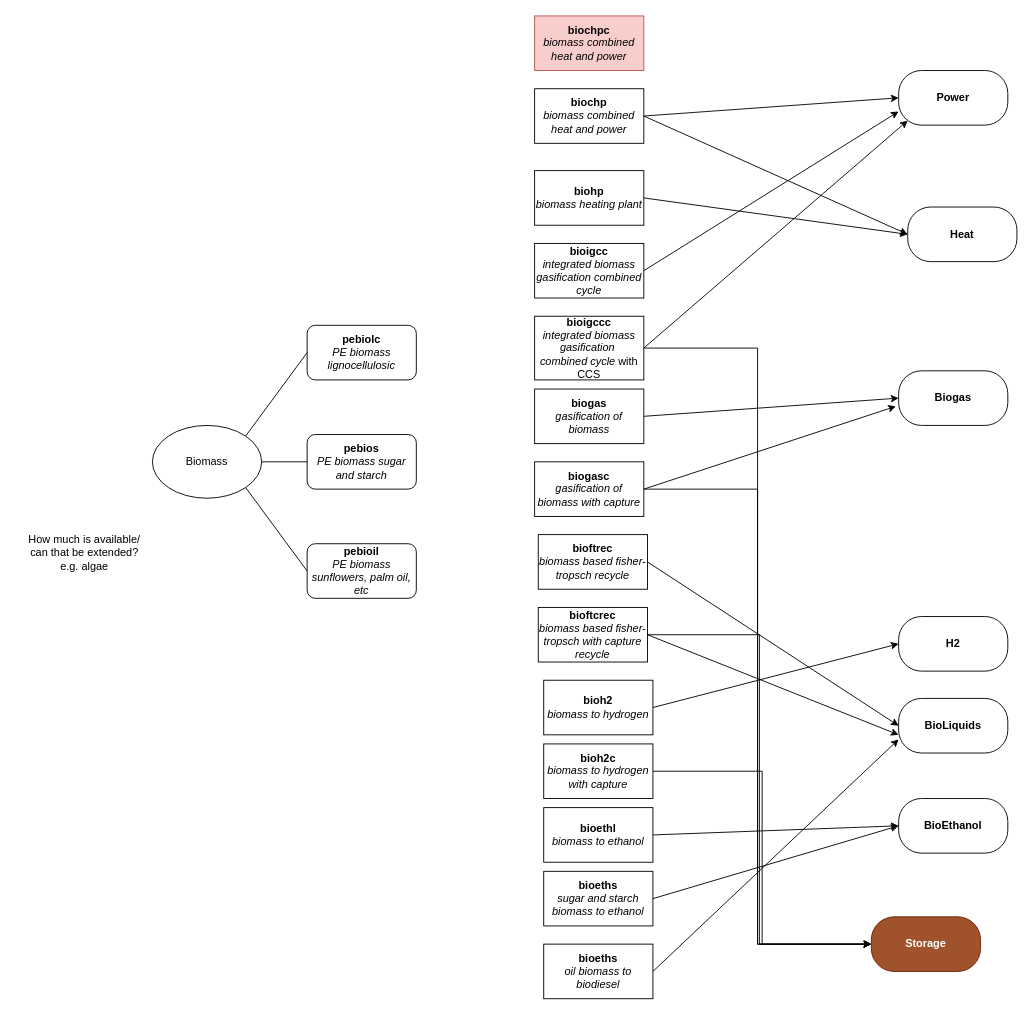
Before: biomass.drawio in robertsalzwedel/carma, a draw.io diagram. Source tidied: cells renumbered, new cells numbered last; positions are measured from the earlier drawing's top-left corner, leaving out a move shared by most shapes. Both pictures are drawn from the tidied source at 91%, with x=0, y=0 at pixel (15, 15).
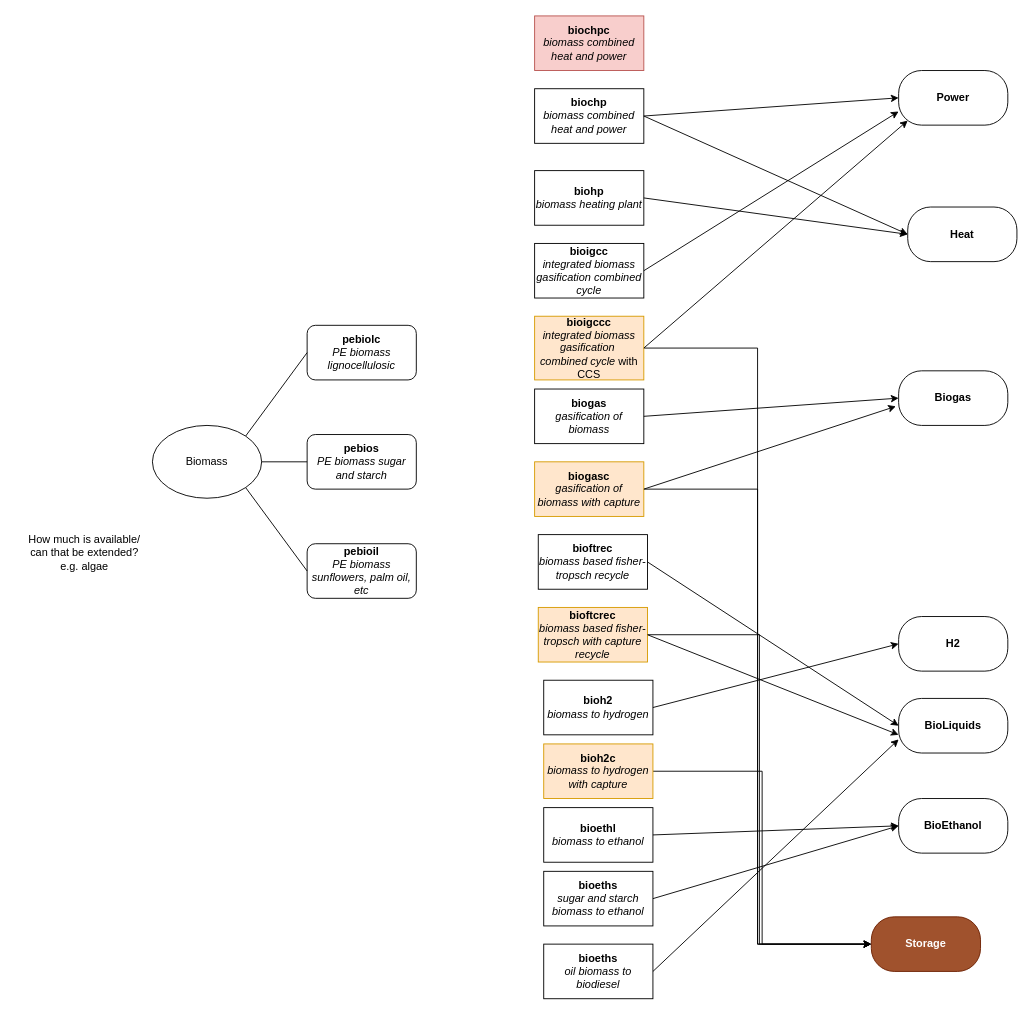
The same diagram, later.

The edit, as a diff of the source:
```diff
@@
-    <mxCell id="10" value="&lt;div&gt;&lt;b&gt;bioigccc&lt;/b&gt;&lt;/div&gt;&lt;div&gt;&lt;i&gt;integrated biomass gasification&amp;nbsp; combined cycle&lt;b&gt; &lt;/b&gt;&lt;/i&gt;with CCS&lt;i&gt;&lt;b&gt;&lt;br&gt;&lt;/b&gt;&lt;/i&gt;&lt;/div&gt;" style="rounded=0;whiteSpace=wrap;html=1;" parent="1" vertex="1">
+    <mxCell id="10" value="&lt;div&gt;&lt;b&gt;bioigccc&lt;/b&gt;&lt;/div&gt;&lt;div&gt;&lt;i&gt;integrated biomass gasification&amp;nbsp; combined cycle&lt;b&gt; &lt;/b&gt;&lt;/i&gt;with CCS&lt;i&gt;&lt;b&gt;&lt;br&gt;&lt;/b&gt;&lt;/i&gt;&lt;/div&gt;" style="rounded=0;whiteSpace=wrap;html=1;fillColor=#ffe6cc;strokeColor=#d79b00;" parent="1" vertex="1">
       <mxGeometry x="570" y="330" width="120" height="70" as="geometry" />
     </mxCell>
@@
-    <mxCell id="13" value="&lt;div&gt;&lt;b&gt;biogasc&lt;/b&gt;&lt;/div&gt;&lt;div&gt;&lt;i&gt;gasification of biomass with capture&lt;b&gt;&lt;br&gt;&lt;/b&gt;&lt;/i&gt;&lt;/div&gt;" style="rounded=0;whiteSpace=wrap;html=1;" parent="1" vertex="1">
+    <mxCell id="13" value="&lt;div&gt;&lt;b&gt;biogasc&lt;/b&gt;&lt;/div&gt;&lt;div&gt;&lt;i&gt;gasification of biomass with capture&lt;b&gt;&lt;br&gt;&lt;/b&gt;&lt;/i&gt;&lt;/div&gt;" style="rounded=0;whiteSpace=wrap;html=1;fillColor=#ffe6cc;strokeColor=#d79b00;" parent="1" vertex="1">
       <mxGeometry x="570" y="490" width="120" height="60" as="geometry" />
     </mxCell>
@@
-    <mxCell id="16" value="&lt;div&gt;&lt;b&gt;bioftcrec&lt;/b&gt;&lt;/div&gt;&lt;div&gt;&lt;i&gt;biomass based fisher-tropsch with capture recycle&lt;b&gt;&lt;br&gt;&lt;/b&gt;&lt;/i&gt;&lt;/div&gt;" style="rounded=0;whiteSpace=wrap;html=1;" parent="1" vertex="1">
+    <mxCell id="16" value="&lt;div&gt;&lt;b&gt;bioftcrec&lt;/b&gt;&lt;/div&gt;&lt;div&gt;&lt;i&gt;biomass based fisher-tropsch with capture recycle&lt;b&gt;&lt;br&gt;&lt;/b&gt;&lt;/i&gt;&lt;/div&gt;" style="rounded=0;whiteSpace=wrap;html=1;fillColor=#ffe6cc;strokeColor=#d79b00;" parent="1" vertex="1">
       <mxGeometry x="574" y="650" width="120" height="60" as="geometry" />
     </mxCell>
@@
-    <mxCell id="19" value="&lt;div&gt;&lt;b&gt;bioh2c&lt;/b&gt;&lt;/div&gt;&lt;div&gt;&lt;i&gt;biomass to hydrogen with capture &lt;b&gt;&lt;br&gt;&lt;/b&gt;&lt;/i&gt;&lt;/div&gt;" style="rounded=0;whiteSpace=wrap;html=1;" parent="1" vertex="1">
+    <mxCell id="19" value="&lt;div&gt;&lt;b&gt;bioh2c&lt;/b&gt;&lt;/div&gt;&lt;div&gt;&lt;i&gt;biomass to hydrogen with capture &lt;b&gt;&lt;br&gt;&lt;/b&gt;&lt;/i&gt;&lt;/div&gt;" style="rounded=0;whiteSpace=wrap;html=1;fillColor=#ffe6cc;strokeColor=#d79b00;" parent="1" vertex="1">
       <mxGeometry x="580" y="800" width="120" height="60" as="geometry" />
     </mxCell>
```
